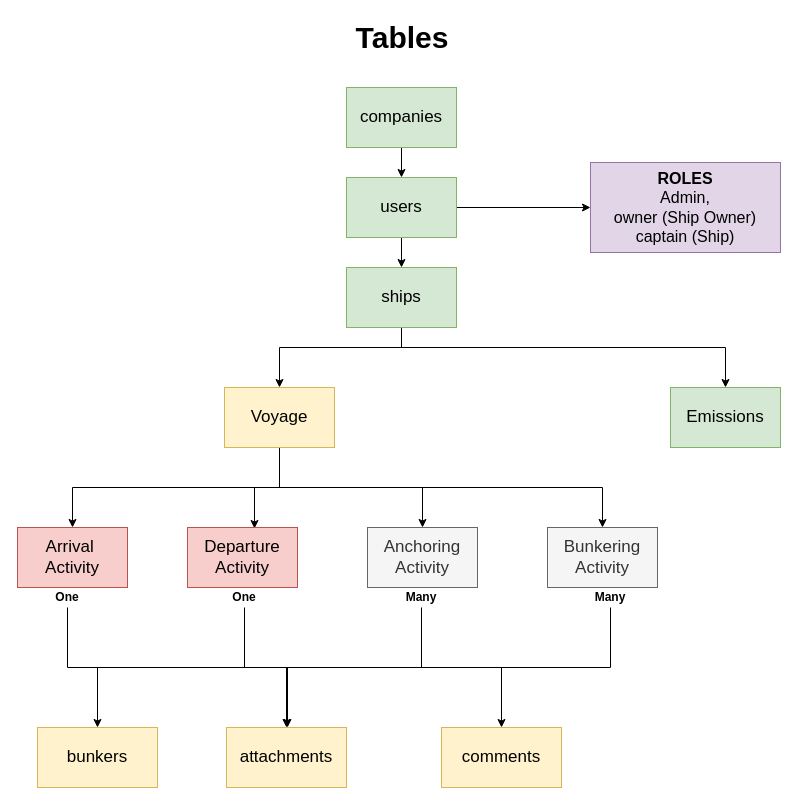
Earlier version of the draw.io diagram page "Main Structure" (2 of 9) of mrvtool.drawio (dagistan-tuncbilek/tasarimlar). Source tidied: cells renumbered, new cells numbered last; positions are measured from the earlier drawing's top-left corner, leaving out a move shared by most shapes. Both pictures are drawn from the tidied source at 100%, with x=0, y=0 at pixel (17, 17).
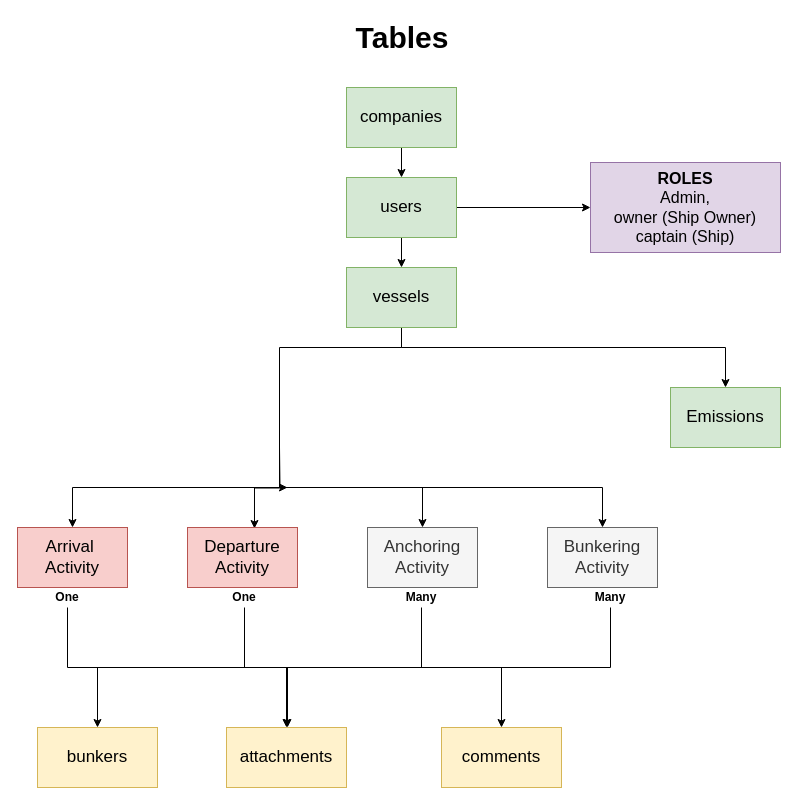
After the change.

The change refers to these unchanged cells:
```xml
<mxCell id="21" value="Arrival&amp;nbsp; Activity" style="rounded=0;whiteSpace=wrap;html=1;fontSize=17;fillColor=#f8cecc;strokeColor=#b85450;" parent="1" vertex="1">
  <mxGeometry y="510" width="110" height="60" as="geometry" />
</mxCell>
<mxCell id="22" value="Departure Activity" style="rounded=0;whiteSpace=wrap;html=1;fontSize=17;fillColor=#f8cecc;strokeColor=#b85450;" parent="1" vertex="1">
  <mxGeometry x="170" y="510" width="110" height="60" as="geometry" />
</mxCell>
<mxCell id="23" value="Bunkering Activity" style="rounded=0;whiteSpace=wrap;html=1;fontSize=17;fillColor=#f5f5f5;strokeColor=#666666;fontColor=#333333;" parent="1" vertex="1">
  <mxGeometry x="530" y="510" width="110" height="60" as="geometry" />
</mxCell>
<mxCell id="24" value="Anchoring Activity" style="rounded=0;whiteSpace=wrap;html=1;fontSize=17;fillColor=#f5f5f5;strokeColor=#666666;fontColor=#333333;" parent="1" vertex="1">
  <mxGeometry x="350" y="510" width="110" height="60" as="geometry" />
</mxCell>
```

Diff of the diagram source:
```diff
@@
-    <mxCell id="2" style="edgeStyle=orthogonalEdgeStyle;rounded=0;jettySize=auto;html=1;entryX=0.5;entryY=0;entryDx=0;entryDy=0;" parent="1" edge="1" source="6" target="21">
+    <mxCell id="2" style="edgeStyle=orthogonalEdgeStyle;rounded=0;jettySize=auto;html=1;entryX=0.5;entryY=0;entryDx=0;entryDy=0;" parent="1" edge="1" target="21">
       <mxGeometry relative="1" as="geometry">
+        <mxPoint x="262" y="430" as="sourcePoint" />
         <Array as="points">
           <mxPoint x="262" y="470" />
           <mxPoint x="55" y="470" />
         </Array>
       </mxGeometry>
     </mxCell>
-    <mxCell id="3" style="edgeStyle=orthogonalEdgeStyle;rounded=0;jettySize=auto;html=1;entryX=0.609;entryY=0.017;entryDx=0;entryDy=0;entryPerimeter=0;" parent="1" edge="1" source="6" target="22">
-      <mxGeometry relative="1" as="geometry" />
+    <mxCell id="3" style="edgeStyle=orthogonalEdgeStyle;rounded=0;jettySize=auto;html=1;entryX=0.609;entryY=0.017;entryDx=0;entryDy=0;entryPerimeter=0;" parent="1" edge="1" target="22">
+      <mxGeometry relative="1" as="geometry">
+        <mxPoint x="262" y="430" as="sourcePoint" />
+      </mxGeometry>
     </mxCell>
-    <mxCell id="4" style="edgeStyle=orthogonalEdgeStyle;rounded=0;jettySize=auto;html=1;" parent="1" edge="1" source="6" target="24">
+    <mxCell id="4" style="edgeStyle=orthogonalEdgeStyle;rounded=0;jettySize=auto;html=1;" parent="1" edge="1" target="24">
       <mxGeometry relative="1" as="geometry">
+        <mxPoint x="262" y="430" as="sourcePoint" />
         <Array as="points">
           <mxPoint x="262" y="470" />
           <mxPoint x="405" y="470" />
         </Array>
       </mxGeometry>
     </mxCell>
-    <mxCell id="5" style="edgeStyle=orthogonalEdgeStyle;rounded=0;jettySize=auto;html=1;" parent="1" edge="1" source="6" target="23">
+    <mxCell id="5" style="edgeStyle=orthogonalEdgeStyle;rounded=0;jettySize=auto;html=1;" parent="1" edge="1" target="23">
       <mxGeometry relative="1" as="geometry">
+        <mxPoint x="262" y="430" as="sourcePoint" />
         <Array as="points">
           <mxPoint x="262" y="470" />
           <mxPoint x="585" y="470" />
         </Array>
       </mxGeometry>
     </mxCell>
-    <mxCell id="6" value="Voyage" style="rounded=0;whiteSpace=wrap;html=1;fontSize=17;fillColor=#fff2cc;strokeColor=#d6b656;" parent="1" vertex="1">
-      <mxGeometry x="207" y="370" width="110" height="60" as="geometry" />
-    </mxCell>
@@
-    <mxCell id="10" style="edgeStyle=orthogonalEdgeStyle;rounded=0;jettySize=auto;html=1;entryX=0.5;entryY=0;entryDx=0;entryDy=0;" parent="1" edge="1" source="12" target="6">
+    <mxCell id="10" style="edgeStyle=orthogonalEdgeStyle;rounded=0;jettySize=auto;html=1;" parent="1" edge="1" source="12">
       <mxGeometry relative="1" as="geometry">
+        <mxPoint x="270" y="470" as="targetPoint" />
         <Array as="points">
           <mxPoint x="384" y="330" />
           <mxPoint x="262" y="330" />
         </Array>
       </mxGeometry>
     </mxCell>
@@
-    <mxCell id="12" value="ships" style="rounded=0;whiteSpace=wrap;html=1;fontSize=17;fillColor=#d5e8d4;strokeColor=#82b366;" parent="1" vertex="1">
+    <mxCell id="12" value="vessels" style="rounded=0;whiteSpace=wrap;html=1;fontSize=17;fillColor=#d5e8d4;strokeColor=#82b366;" parent="1" vertex="1">
       <mxGeometry x="329" y="250" width="110" height="60" as="geometry" />
     </mxCell>
```
